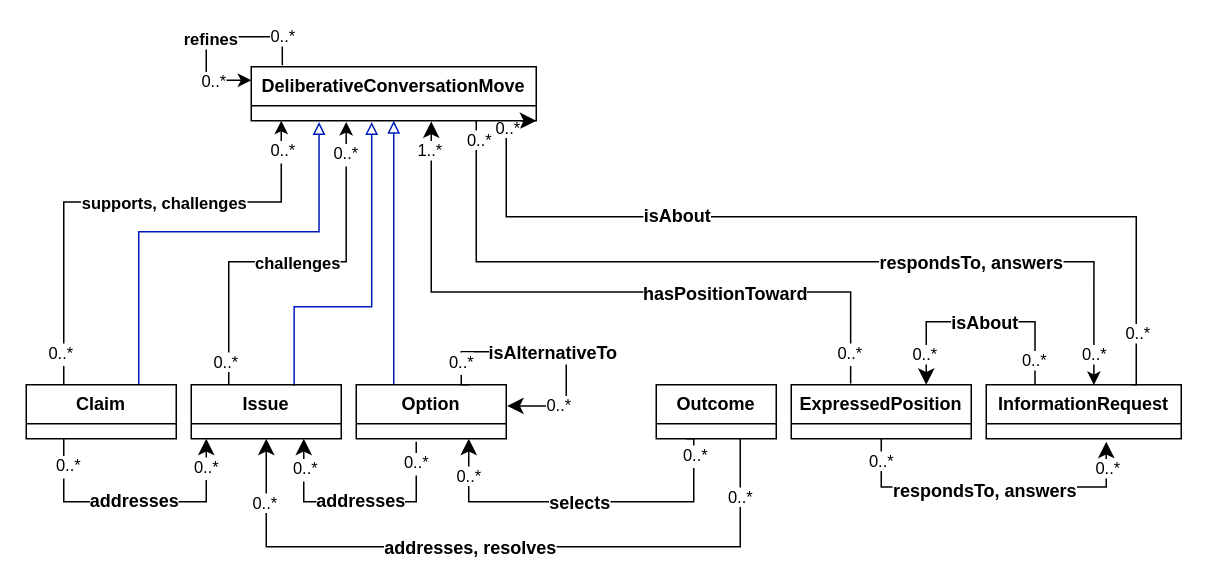
This is page "DeliberativeMilestoneConceptualDiagram" (7 of 22) of oe2026/tracking-cjf/files/conceptual-models/TeamCJF_ConceptualModel.drawio from tetherless-world/ontology-engineering, a draw.io file, before an edit. Source tidied: cells renumbered, new cells numbered last; positions are measured from the earlier drawing's top-left corner, leaving out a move shared by most shapes. Both pictures are drawn from the tidied source at 150%, with x=0, y=0 at pixel (26, 36).
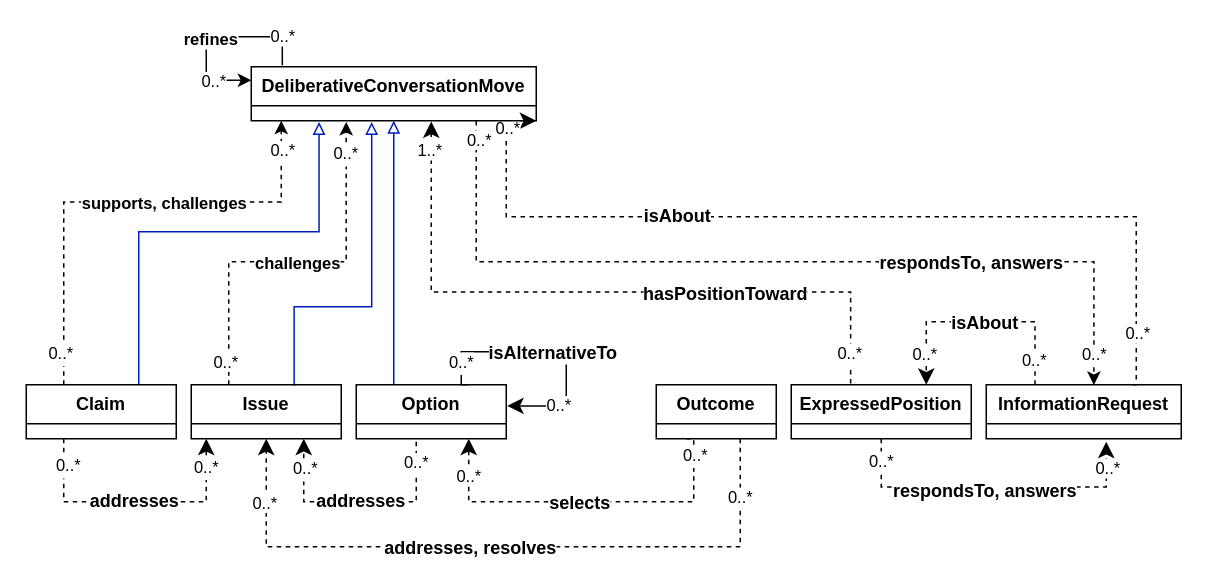
The same page after the edit.

Commit message (it also covers changes not shown here):
[devin-ai] Update the conversation move relationships diagram

- Figure 8 on the ontology page now uses the updated diagram
  (images/conceptual-model/final/conversation-move-relationships.png),
  which adds isAlternativeTo between Options; its alt text and prose
  describe the new relationships.
- Replace the current editable diagrams with the updated .drawio.
- Note that the other figures are still the Week 11 exports.

The change refers to these unchanged cells:
```xml
<mxCell id="53" value="Claim" style="swimlane;fontStyle=1;horizontal=1;startSize=26;fillColor=none;whiteSpace=wrap;html=1;" parent="1" vertex="1">
  <mxGeometry y="232" width="100" height="36" as="geometry" />
</mxCell>
<mxCell id="54" value="Issue" style="swimlane;fontStyle=1;horizontal=1;startSize=26;fillColor=none;whiteSpace=wrap;html=1;" parent="1" vertex="1">
  <mxGeometry x="110" y="232" width="100" height="36" as="geometry" />
</mxCell>
<mxCell id="55" value="Option" style="swimlane;fontStyle=1;horizontal=1;startSize=26;fillColor=none;whiteSpace=wrap;html=1;" parent="1" vertex="1">
  <mxGeometry x="220" y="232" width="100" height="36" as="geometry" />
</mxCell>
<mxCell id="60" value="Outcome" style="swimlane;fontStyle=1;horizontal=1;startSize=26;fillColor=none;whiteSpace=wrap;html=1;" parent="1" vertex="1">
  <mxGeometry x="420" y="232" width="80" height="36" as="geometry" />
</mxCell>
<mxCell id="61" value="ExpressedPosition" style="swimlane;fontStyle=1;horizontal=1;startSize=26;fillColor=none;whiteSpace=wrap;html=1;" parent="1" vertex="1">
  <mxGeometry x="510" y="232" width="120" height="36" as="geometry" />
</mxCell>
<mxCell id="62" value="InformationRequest" style="swimlane;fontStyle=1;horizontal=1;startSize=26;fillColor=none;whiteSpace=wrap;html=1;" parent="1" vertex="1">
  <mxGeometry x="640" y="232" width="130" height="36" as="geometry" />
</mxCell>
<mxCell id="63" value="DeliberativeConversationMove" style="swimlane;fontStyle=1;horizontal=1;startSize=26;fillColor=none;whiteSpace=wrap;html=1;" parent="1" vertex="1">
  <mxGeometry x="150" y="20" width="190" height="36" as="geometry" />
</mxCell>
```

What changed in the source:
```diff
@@
-    <mxCell id="3" style="edgeStyle=orthogonalEdgeStyle;rounded=0;jettySize=auto;html=1;entryX=0.75;entryY=1;entryDx=0;entryDy=0;fontSize=12;startSize=8;endSize=8;fontStyle=1;" parent="1" edge="1" target="54">
+    <mxCell id="3" style="edgeStyle=orthogonalEdgeStyle;rounded=0;jettySize=auto;html=1;entryX=0.75;entryY=1;entryDx=0;entryDy=0;fontSize=12;startSize=8;endSize=8;fontStyle=1;dashed=1;" parent="1" edge="1" target="54">
       <mxGeometry relative="1" as="geometry">
         <mxPoint x="260" y="270" as="sourcePoint" />
         <Array as="points">
           <mxPoint x="260" y="310" />
           <mxPoint x="185" y="310" />
         </Array>
       </mxGeometry>
     </mxCell>
@@
-    <mxCell id="8" style="edgeStyle=orthogonalEdgeStyle;rounded=0;jettySize=auto;html=1;fontSize=12;startSize=8;endSize=8;exitX=0.75;exitY=0;exitDx=0;exitDy=0;fontStyle=1;entryX=1;entryY=1;entryDx=0;entryDy=0;" parent="1" edge="1" source="62" target="63">
+    <mxCell id="8" style="edgeStyle=orthogonalEdgeStyle;rounded=0;jettySize=auto;html=1;fontSize=12;startSize=8;endSize=8;exitX=0.75;exitY=0;exitDx=0;exitDy=0;fontStyle=1;entryX=1;entryY=1;entryDx=0;entryDy=0;dashed=1;" parent="1" edge="1" source="62" target="63">
       <mxGeometry relative="1" as="geometry">
         <Array as="points">
           <mxPoint x="740" y="232" />
           <mxPoint x="740" y="120" />
           <mxPoint x="320" y="120" />
         </Array>
       </mxGeometry>
     </mxCell>
@@
-    <mxCell id="13" style="edgeStyle=orthogonalEdgeStyle;rounded=0;jettySize=auto;html=1;exitX=0.25;exitY=0;exitDx=0;exitDy=0;fontStyle=1;" parent="1" edge="1" source="53">
+    <mxCell id="13" style="edgeStyle=orthogonalEdgeStyle;rounded=0;jettySize=auto;html=1;exitX=0.25;exitY=0;exitDx=0;exitDy=0;fontStyle=1;dashed=1;" parent="1" edge="1" source="53">
       <mxGeometry relative="1" as="geometry">
         <mxPoint x="170" y="56" as="targetPoint" />
         <Array as="points">
           <mxPoint x="25" y="110.1" />
           <mxPoint x="170" y="110.1" />
         </Array>
       </mxGeometry>
     </mxCell>
@@
-    <mxCell id="17" style="edgeStyle=orthogonalEdgeStyle;rounded=0;jettySize=auto;html=1;entryX=0.5;entryY=1;entryDx=0;entryDy=0;fontSize=12;startSize=8;endSize=8;fontStyle=1;" parent="1" edge="1" target="54">
+    <mxCell id="17" style="edgeStyle=orthogonalEdgeStyle;rounded=0;jettySize=auto;html=1;entryX=0.5;entryY=1;entryDx=0;entryDy=0;fontSize=12;startSize=8;endSize=8;fontStyle=1;dashed=1;" parent="1" edge="1" target="54">
       <mxGeometry relative="1" as="geometry">
         <mxPoint x="476" y="268" as="sourcePoint" />
         <Array as="points">
           <mxPoint x="476" y="340" />
           <mxPoint x="160" y="340" />
         </Array>
       </mxGeometry>
     </mxCell>
@@
-    <mxCell id="21" style="edgeStyle=orthogonalEdgeStyle;rounded=0;jettySize=auto;html=1;fontSize=12;startSize=8;endSize=8;exitX=0.5;exitY=1;exitDx=0;exitDy=0;fontStyle=1;" parent="1" edge="1" source="61">
+    <mxCell id="21" style="edgeStyle=orthogonalEdgeStyle;rounded=0;jettySize=auto;html=1;fontSize=12;startSize=8;endSize=8;exitX=0.5;exitY=1;exitDx=0;exitDy=0;fontStyle=1;dashed=1;" parent="1" edge="1" source="61">
       <mxGeometry relative="1" as="geometry">
         <mxPoint x="720" y="270" as="targetPoint" />
         <Array as="points">
           <mxPoint x="570" y="300.1" />
           <mxPoint x="720" y="300.1" />
         </Array>
       </mxGeometry>
     </mxCell>
@@
-    <mxCell id="25" style="edgeStyle=orthogonalEdgeStyle;rounded=0;jettySize=auto;html=1;fontSize=12;startSize=8;endSize=8;exitX=0.33;exitY=-0.021;exitDx=0;exitDy=0;fontStyle=1;exitPerimeter=0;" parent="1" edge="1" source="61">
+    <mxCell id="25" style="edgeStyle=orthogonalEdgeStyle;rounded=0;jettySize=auto;html=1;fontSize=12;startSize=8;endSize=8;exitX=0.33;exitY=-0.021;exitDx=0;exitDy=0;fontStyle=1;exitPerimeter=0;dashed=1;" parent="1" edge="1" source="61">
       <mxGeometry relative="1" as="geometry">
         <mxPoint x="270" y="56.5" as="targetPoint" />
         <Array as="points">
           <mxPoint x="549.6" y="170.1" />
           <mxPoint x="270" y="170.1" />
         </Array>
       </mxGeometry>
     </mxCell>
@@
-    <mxCell id="29" style="edgeStyle=orthogonalEdgeStyle;rounded=0;jettySize=auto;html=1;exitX=0.25;exitY=1;exitDx=0;exitDy=0;fontSize=12;startSize=8;endSize=8;fontStyle=1;" parent="1" edge="1" source="53">
+    <mxCell id="29" style="edgeStyle=orthogonalEdgeStyle;rounded=0;jettySize=auto;html=1;exitX=0.25;exitY=1;exitDx=0;exitDy=0;fontSize=12;startSize=8;endSize=8;fontStyle=1;dashed=1;" parent="1" edge="1" source="53">
       <mxGeometry relative="1" as="geometry">
         <mxPoint x="120" y="268" as="targetPoint" />
         <Array as="points">
           <mxPoint x="25" y="310" />
           <mxPoint x="120" y="310" />
         </Array>
       </mxGeometry>
     </mxCell>
@@
-    <mxCell id="33" style="edgeStyle=orthogonalEdgeStyle;rounded=0;jettySize=auto;html=1;fontSize=12;startSize=8;endSize=8;entryX=0.75;entryY=1;entryDx=0;entryDy=0;exitX=0.25;exitY=1;exitDx=0;exitDy=0;fontStyle=1;" parent="1" edge="1" source="60" target="55">
+    <mxCell id="33" style="edgeStyle=orthogonalEdgeStyle;rounded=0;jettySize=auto;html=1;fontSize=12;startSize=8;endSize=8;entryX=0.75;entryY=1;entryDx=0;entryDy=0;exitX=0.25;exitY=1;exitDx=0;exitDy=0;fontStyle=1;dashed=1;" parent="1" edge="1" source="60" target="55">
       <mxGeometry relative="1" as="geometry">
         <Array as="points">
           <mxPoint x="445" y="310" />
           <mxPoint x="295" y="310" />
         </Array>
       </mxGeometry>
     </mxCell>
@@
-    <mxCell id="37" style="edgeStyle=orthogonalEdgeStyle;rounded=0;jettySize=auto;html=1;fontSize=12;startSize=8;endSize=8;entryX=0.75;entryY=0;entryDx=0;entryDy=0;exitX=0.25;exitY=0;exitDx=0;exitDy=0;fontStyle=1;" parent="1" edge="1" source="62" target="61">
+    <mxCell id="37" style="edgeStyle=orthogonalEdgeStyle;rounded=0;jettySize=auto;html=1;fontSize=12;startSize=8;endSize=8;entryX=0.75;entryY=0;entryDx=0;entryDy=0;exitX=0.25;exitY=0;exitDx=0;exitDy=0;fontStyle=1;dashed=1;" parent="1" edge="1" source="62" target="61">
       <mxGeometry relative="1" as="geometry">
         <Array as="points">
           <mxPoint x="672.5" y="190" />
           <mxPoint x="600" y="190" />
         </Array>
       </mxGeometry>
     </mxCell>
@@
-    <mxCell id="41" style="edgeStyle=orthogonalEdgeStyle;rounded=0;jettySize=auto;html=1;fontStyle=1;entryX=0.552;entryY=0.004;entryDx=0;entryDy=0;entryPerimeter=0;" parent="1" edge="1" target="62">
+    <mxCell id="41" style="edgeStyle=orthogonalEdgeStyle;rounded=0;jettySize=auto;html=1;fontStyle=1;entryX=0.552;entryY=0.004;entryDx=0;entryDy=0;entryPerimeter=0;dashed=1;" parent="1" edge="1" target="62">
       <mxGeometry relative="1" as="geometry">
         <mxPoint x="300" y="56.1" as="sourcePoint" />
         <Array as="points">
           <mxPoint x="300" y="150" />
           <mxPoint x="711.8" y="150" />
         </Array>
       </mxGeometry>
     </mxCell>
@@
-    <mxCell id="45" style="edgeStyle=orthogonalEdgeStyle;rounded=0;jettySize=auto;html=1;exitX=0.25;exitY=0;exitDx=0;exitDy=0;entryX=0.289;entryY=1.026;entryDx=0;entryDy=0;entryPerimeter=0;fontStyle=1;" parent="1" edge="1" source="54">
+    <mxCell id="45" style="edgeStyle=orthogonalEdgeStyle;rounded=0;jettySize=auto;html=1;exitX=0.25;exitY=0;exitDx=0;exitDy=0;entryX=0.289;entryY=1.026;entryDx=0;entryDy=0;entryPerimeter=0;fontStyle=1;dashed=1;" parent="1" edge="1" source="54">
       <mxGeometry relative="1" as="geometry">
         <mxPoint x="213.3" y="56.8" as="targetPoint" />
         <Array as="points">
           <mxPoint x="135" y="150" />
           <mxPoint x="213.4" y="150" />
         </Array>
       </mxGeometry>
     </mxCell>
```
